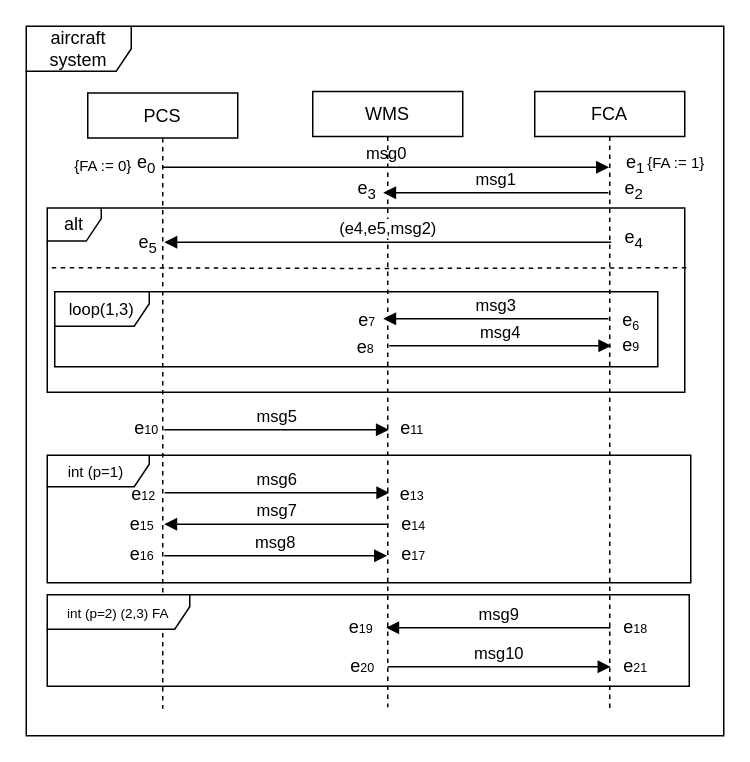
ShiYufei0708/draw keeps this draw.io diagram as example.drawio. Above is the earlier version. Source tidied: cells renumbered, new cells numbered last; positions are measured from the earlier drawing's top-left corner, leaving out a move shared by most shapes. Both pictures are drawn from the tidied source at 150%, with x=0, y=0 at pixel (26, 26).
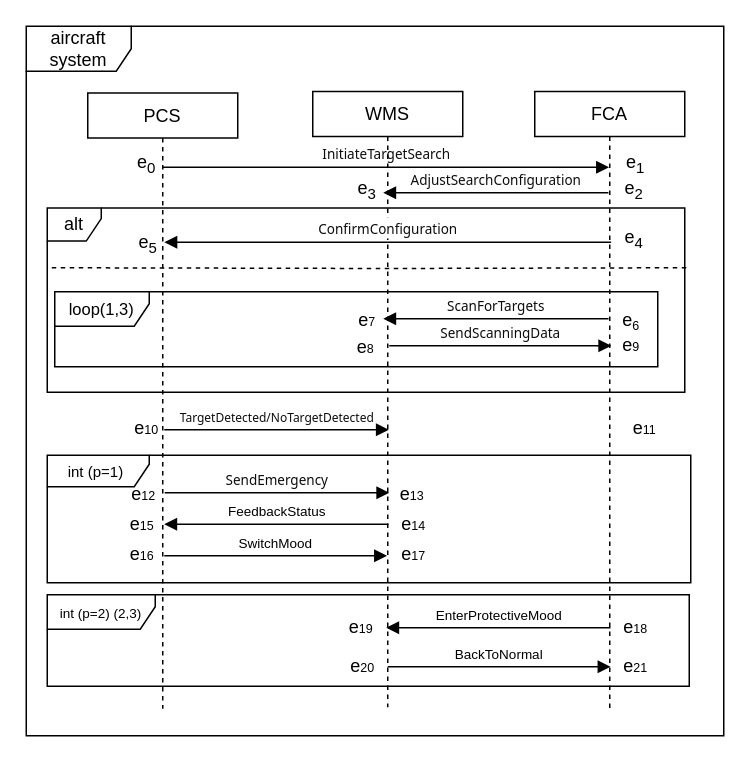
The same diagram, later.

The change refers to these unchanged cells:
```xml
<mxCell id="4" value="FCA" style="shape=umlLifeline;perimeter=lifelinePerimeter;whiteSpace=wrap;html=1;outlineConnect=0;portConstraint=eastwest;newEdgeStyle={&quot;curved&quot;:0,&quot;rounded&quot;:0};size=30;" parent="1" vertex="1">
  <mxGeometry x="339" y="43.5" width="100" height="411.5" as="geometry" />
</mxCell>
```

Change to the diagram source:
```diff
@@
-    <mxCell id="5" value="msg0" style="html=1;verticalAlign=bottom;endArrow=block;curved=0;rounded=0;" parent="1" edge="1" target="4">
+    <mxCell id="5" value="&lt;span style=&quot;color: rgb(13, 13, 13); font-family: Söhne, ui-sans-serif, system-ui, -apple-system, &amp;quot;Segoe UI&amp;quot;, Roboto, Ubuntu, Cantarell, &amp;quot;Noto Sans&amp;quot;, sans-serif, &amp;quot;Helvetica Neue&amp;quot;, Arial, &amp;quot;Apple Color Emoji&amp;quot;, &amp;quot;Segoe UI Emoji&amp;quot;, &amp;quot;Segoe UI Symbol&amp;quot;, &amp;quot;Noto Color Emoji&amp;quot;; text-align: left; white-space: pre-wrap;&quot;&gt;&lt;font style=&quot;font-size: 9px;&quot;&gt;InitiateTargetSearch&lt;/font&gt;&lt;/span&gt;" style="html=1;verticalAlign=bottom;endArrow=block;curved=0;rounded=0;" parent="1" edge="1" target="4">
       <mxGeometry relative="1" as="geometry">
         <mxPoint x="91" y="94" as="sourcePoint" />
       </mxGeometry>
     </mxCell>
-    <mxCell id="6" value="msg1" style="html=1;verticalAlign=bottom;endArrow=block;curved=0;rounded=0;" parent="1" edge="1">
+    <mxCell id="6" value="&lt;span style=&quot;color: rgb(13, 13, 13); font-family: Söhne, ui-sans-serif, system-ui, -apple-system, &amp;quot;Segoe UI&amp;quot;, Roboto, Ubuntu, Cantarell, &amp;quot;Noto Sans&amp;quot;, sans-serif, &amp;quot;Helvetica Neue&amp;quot;, Arial, &amp;quot;Apple Color Emoji&amp;quot;, &amp;quot;Segoe UI Emoji&amp;quot;, &amp;quot;Segoe UI Symbol&amp;quot;, &amp;quot;Noto Color Emoji&amp;quot;; text-align: left; white-space: pre-wrap;&quot;&gt;&lt;font style=&quot;font-size: 9px;&quot;&gt;AdjustSearchConfiguration&lt;/font&gt;&lt;/span&gt;" style="html=1;verticalAlign=bottom;endArrow=block;curved=0;rounded=0;" parent="1" edge="1">
       <mxGeometry relative="1" as="geometry">
         <mxPoint x="388.1" y="111" as="sourcePoint" />
         <mxPoint x="238" y="111" as="targetPoint" />
       </mxGeometry>
     </mxCell>
-    <mxCell id="7" value="msg3" style="html=1;verticalAlign=bottom;endArrow=block;curved=0;rounded=0;" parent="1" edge="1">
+    <mxCell id="7" value="&lt;span style=&quot;color: rgb(13, 13, 13); font-family: Söhne, ui-sans-serif, system-ui, -apple-system, &amp;quot;Segoe UI&amp;quot;, Roboto, Ubuntu, Cantarell, &amp;quot;Noto Sans&amp;quot;, sans-serif, &amp;quot;Helvetica Neue&amp;quot;, Arial, &amp;quot;Apple Color Emoji&amp;quot;, &amp;quot;Segoe UI Emoji&amp;quot;, &amp;quot;Segoe UI Symbol&amp;quot;, &amp;quot;Noto Color Emoji&amp;quot;; text-align: left; white-space: pre-wrap;&quot;&gt;&lt;font style=&quot;font-size: 9px;&quot;&gt;ScanForTargets&lt;/font&gt;&lt;/span&gt;" style="html=1;verticalAlign=bottom;endArrow=block;curved=0;rounded=0;" parent="1" edge="1">
       <mxGeometry relative="1" as="geometry">
         <mxPoint x="388.2" y="195" as="sourcePoint" />
         <mxPoint x="238" y="195" as="targetPoint" />
       </mxGeometry>
     </mxCell>
-    <mxCell id="8" value="msg5" style="html=1;verticalAlign=bottom;endArrow=block;curved=0;rounded=0;" parent="1" edge="1">
+    <mxCell id="8" value="&lt;span style=&quot;color: rgb(13, 13, 13); font-family: Söhne, ui-sans-serif, system-ui, -apple-system, &amp;quot;Segoe UI&amp;quot;, Roboto, Ubuntu, Cantarell, &amp;quot;Noto Sans&amp;quot;, sans-serif, &amp;quot;Helvetica Neue&amp;quot;, Arial, &amp;quot;Apple Color Emoji&amp;quot;, &amp;quot;Segoe UI Emoji&amp;quot;, &amp;quot;Segoe UI Symbol&amp;quot;, &amp;quot;Noto Color Emoji&amp;quot;; text-align: left; white-space: pre-wrap;&quot;&gt;&lt;font style=&quot;font-size: 8px;&quot;&gt;TargetDetected/NoTargetDetected&lt;/font&gt;&lt;/span&gt;" style="html=1;verticalAlign=bottom;endArrow=block;curved=0;rounded=0;" parent="1" edge="1">
       <mxGeometry relative="1" as="geometry">
         <mxPoint x="92" y="269" as="sourcePoint" />
         <mxPoint x="241.7" y="269" as="targetPoint" />
       </mxGeometry>
     </mxCell>
@@
-    <mxCell id="10" value="msg7" style="html=1;verticalAlign=bottom;endArrow=block;curved=0;rounded=0;" parent="1" edge="1">
+    <mxCell id="10" value="&lt;font style=&quot;font-size: 9px;&quot;&gt;FeedbackStatus&lt;/font&gt;" style="html=1;verticalAlign=bottom;endArrow=block;curved=0;rounded=0;" parent="1" edge="1">
       <mxGeometry relative="1" as="geometry">
         <mxPoint x="241.5" y="332" as="sourcePoint" />
         <mxPoint x="92" y="332" as="targetPoint" />
       </mxGeometry>
     </mxCell>
-    <mxCell id="11" value="msg8" style="html=1;verticalAlign=bottom;endArrow=block;curved=0;rounded=0;" parent="1" edge="1">
+    <mxCell id="11" value="&lt;font style=&quot;font-size: 9px;&quot;&gt;SwitchMood&lt;/font&gt;" style="html=1;verticalAlign=bottom;endArrow=block;curved=0;rounded=0;" parent="1" edge="1">
       <mxGeometry relative="1" as="geometry">
         <mxPoint x="92" y="353" as="sourcePoint" />
         <mxPoint x="240.5" y="353" as="targetPoint" />
       </mxGeometry>
     </mxCell>
@@
-    <mxCell id="13" value="(e4,e5,msg2)" style="html=1;verticalAlign=bottom;endArrow=block;curved=0;rounded=0;" parent="1" edge="1">
+    <mxCell id="13" value="&lt;span style=&quot;color: rgb(13, 13, 13); font-family: Söhne, ui-sans-serif, system-ui, -apple-system, &amp;quot;Segoe UI&amp;quot;, Roboto, Ubuntu, Cantarell, &amp;quot;Noto Sans&amp;quot;, sans-serif, &amp;quot;Helvetica Neue&amp;quot;, Arial, &amp;quot;Apple Color Emoji&amp;quot;, &amp;quot;Segoe UI Emoji&amp;quot;, &amp;quot;Segoe UI Symbol&amp;quot;, &amp;quot;Noto Color Emoji&amp;quot;; text-align: left; white-space: pre-wrap;&quot;&gt;&lt;font style=&quot;font-size: 9px;&quot;&gt;ConfirmConfiguration&lt;/font&gt;&lt;/span&gt;" style="html=1;verticalAlign=bottom;endArrow=block;curved=0;rounded=0;" parent="1" edge="1">
       <mxGeometry relative="1" as="geometry">
         <mxPoint x="389.9" y="144" as="sourcePoint" />
         <mxPoint x="92.1" y="144" as="targetPoint" />
       </mxGeometry>
     </mxCell>
@@
-    <mxCell id="15" value="msg4" style="html=1;verticalAlign=bottom;endArrow=block;curved=0;rounded=0;" parent="1" edge="1">
+    <mxCell id="15" value="&lt;span style=&quot;color: rgb(13, 13, 13); font-family: Söhne, ui-sans-serif, system-ui, -apple-system, &amp;quot;Segoe UI&amp;quot;, Roboto, Ubuntu, Cantarell, &amp;quot;Noto Sans&amp;quot;, sans-serif, &amp;quot;Helvetica Neue&amp;quot;, Arial, &amp;quot;Apple Color Emoji&amp;quot;, &amp;quot;Segoe UI Emoji&amp;quot;, &amp;quot;Segoe UI Symbol&amp;quot;, &amp;quot;Noto Color Emoji&amp;quot;; text-align: left; white-space: pre-wrap;&quot;&gt;&lt;font style=&quot;font-size: 9px;&quot;&gt;SendScanningData&lt;/font&gt;&lt;/span&gt;" style="html=1;verticalAlign=bottom;endArrow=block;curved=0;rounded=0;" parent="1" edge="1">
       <mxGeometry relative="1" as="geometry">
         <mxPoint x="242" y="213" as="sourcePoint" />
         <mxPoint x="390" y="213" as="targetPoint" />
       </mxGeometry>
     </mxCell>
@@
-    <mxCell id="18" value="&lt;font style=&quot;font-size: 9px;&quot;&gt;int (p=2)&amp;nbsp;(2,3) FA&lt;/font&gt;" style="shape=umlFrame;whiteSpace=wrap;html=1;width=95;height=23;" parent="1" vertex="1">
+    <mxCell id="18" value="&lt;font style=&quot;font-size: 9px;&quot;&gt;int (p=2)&amp;nbsp;(2,3)&lt;/font&gt;" style="shape=umlFrame;whiteSpace=wrap;html=1;width=72;height=23;" parent="1" vertex="1">
       <mxGeometry x="14" y="379" width="428" height="61" as="geometry" />
     </mxCell>
-    <mxCell id="19" value="msg9" style="html=1;verticalAlign=bottom;endArrow=block;curved=0;rounded=0;" parent="1" edge="1">
+    <mxCell id="19" value="&lt;font style=&quot;font-size: 9px;&quot;&gt;EnterProtectiveMood&lt;/font&gt;" style="html=1;verticalAlign=bottom;endArrow=block;curved=0;rounded=0;" parent="1" edge="1">
       <mxGeometry relative="1" as="geometry">
         <mxPoint x="389.5" y="401" as="sourcePoint" />
         <mxPoint x="240" y="401" as="targetPoint" />
       </mxGeometry>
     </mxCell>
-    <mxCell id="20" value="msg10" style="html=1;verticalAlign=bottom;endArrow=block;curved=0;rounded=0;" parent="1" edge="1">
+    <mxCell id="20" value="&lt;font style=&quot;font-size: 9px;&quot;&gt;BackToNormal&lt;/font&gt;" style="html=1;verticalAlign=bottom;endArrow=block;curved=0;rounded=0;" parent="1" edge="1">
       <mxGeometry relative="1" as="geometry">
         <mxPoint x="241" y="427" as="sourcePoint" />
         <mxPoint x="389.5" y="427" as="targetPoint" />
       </mxGeometry>
     </mxCell>
@@
     <mxCell id="32" value="e&lt;span style=&quot;font-size: 8.33333px;&quot;&gt;11&lt;/span&gt;" style="text;html=1;align=center;verticalAlign=middle;strokeColor=none;fillColor=none;" parent="1" vertex="1">
-      <mxGeometry x="240" y="255" width="33" height="26" as="geometry" />
+      <mxGeometry x="395" y="255" width="33" height="26" as="geometry" />
     </mxCell>
@@
-    <mxCell id="41" value="&lt;font style=&quot;font-size: 10px;&quot;&gt;{FA := 0}&lt;/font&gt;" style="text;html=1;align=center;verticalAlign=middle;strokeColor=none;fillColor=none;" parent="1" vertex="1">
-      <mxGeometry x="23" y="80" width="56" height="26" as="geometry" />
-    </mxCell>
-    <mxCell id="42" value="&lt;font style=&quot;font-size: 10px;&quot;&gt;{FA := 1}&lt;/font&gt;" style="text;html=1;align=center;verticalAlign=middle;strokeColor=none;fillColor=none;" parent="1" vertex="1">
-      <mxGeometry x="405" y="78" width="56" height="26" as="geometry" />
-    </mxCell>
-    <mxCell id="43" value="msg6" style="html=1;verticalAlign=bottom;endArrow=block;curved=0;rounded=0;" parent="1" edge="1">
+    <mxCell id="43" value="&lt;span style=&quot;color: rgb(13, 13, 13); font-family: Söhne, ui-sans-serif, system-ui, -apple-system, &amp;quot;Segoe UI&amp;quot;, Roboto, Ubuntu, Cantarell, &amp;quot;Noto Sans&amp;quot;, sans-serif, &amp;quot;Helvetica Neue&amp;quot;, Arial, &amp;quot;Apple Color Emoji&amp;quot;, &amp;quot;Segoe UI Emoji&amp;quot;, &amp;quot;Segoe UI Symbol&amp;quot;, &amp;quot;Noto Color Emoji&amp;quot;; text-align: left; white-space: pre-wrap;&quot;&gt;&lt;font style=&quot;font-size: 9px;&quot;&gt;SendEmergency&lt;/font&gt;&lt;/span&gt;" style="html=1;verticalAlign=bottom;endArrow=block;curved=0;rounded=0;" parent="1" edge="1">
       <mxGeometry relative="1" as="geometry">
         <mxPoint x="92.3" y="311" as="sourcePoint" />
         <mxPoint x="242" y="311" as="targetPoint" />
       </mxGeometry>
     </mxCell>
```
